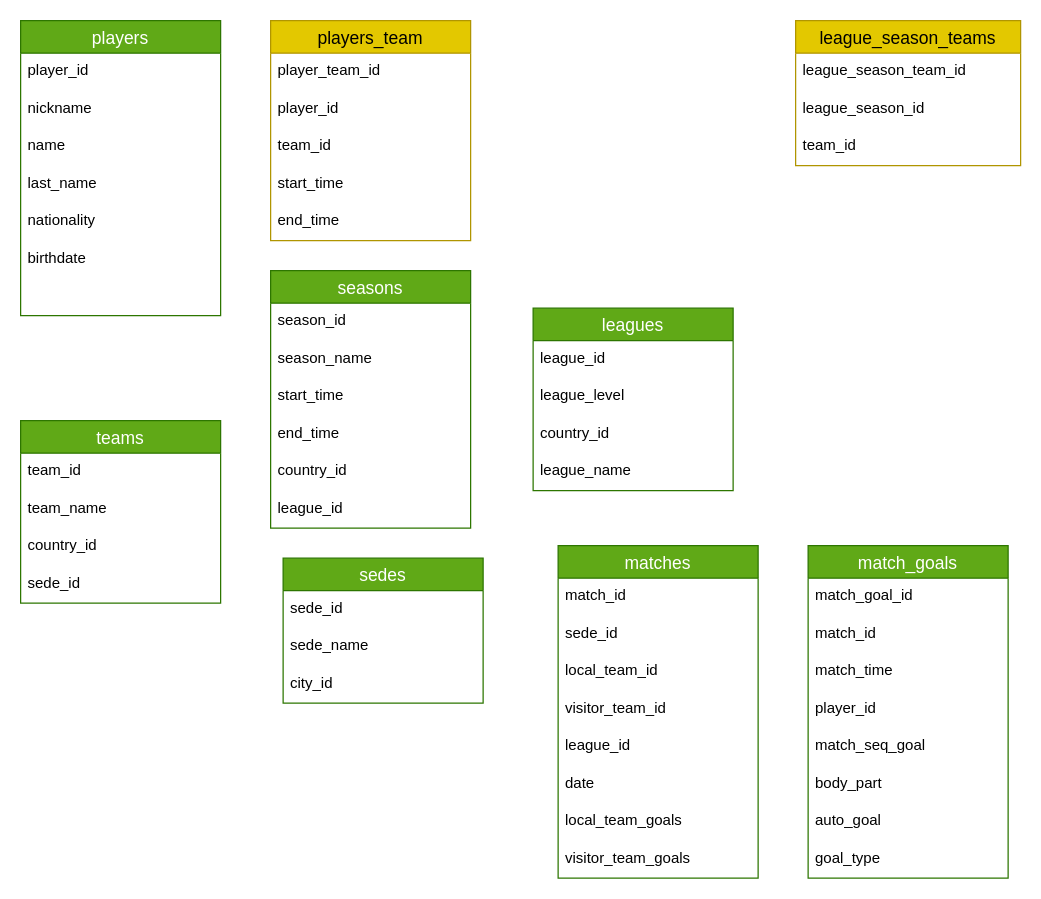
This is page "conceptual" (1 of 3) of soccer_model.drawio from r3card0/soccer.stats, a draw.io file, before an edit. Source tidied: cells renumbered, new cells numbered last; positions are measured from the earlier drawing's top-left corner, leaving out a move shared by most shapes. Both pictures are drawn from the tidied source at 125%, with x=0, y=0 at pixel (20, 20).
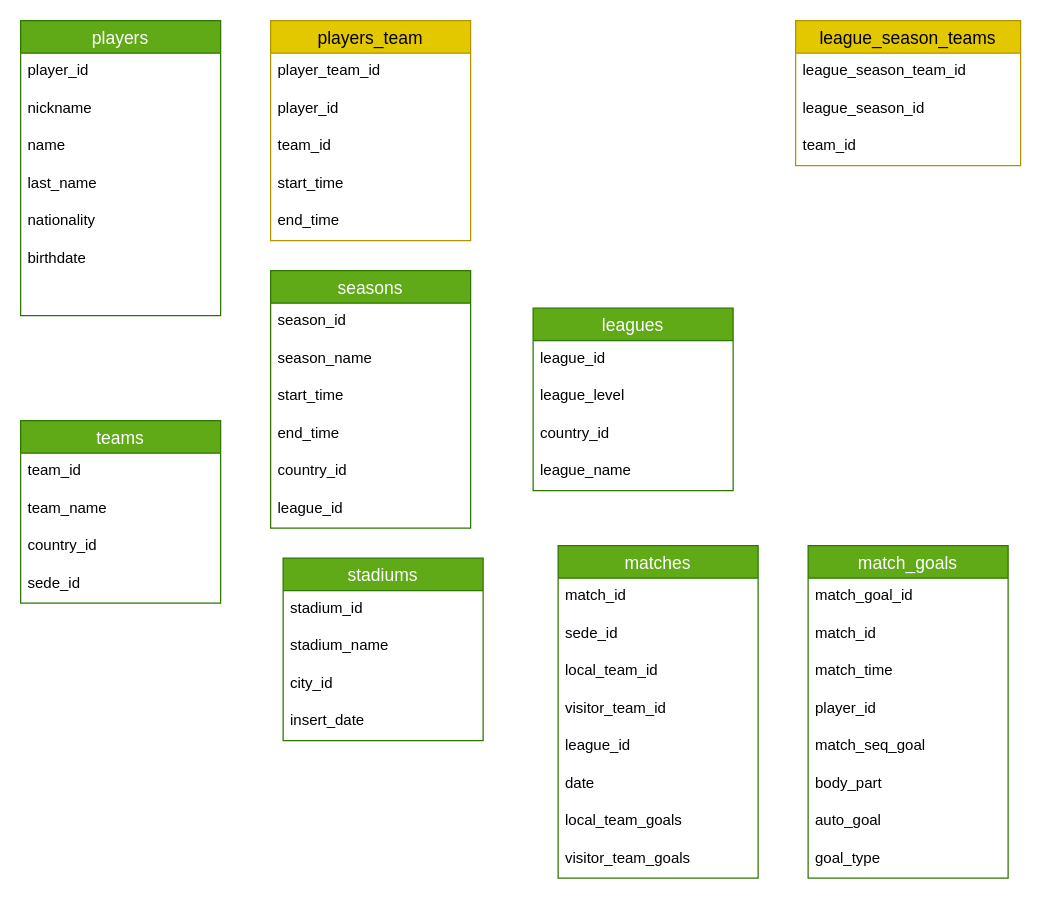
Above is the later version.

Commit message:
added stadiums and teams stadium_id

Diff of the diagram source:
```diff
@@
-    <mxCell id="33" value="sedes" style="swimlane;fontStyle=0;horizontal=1;startSize=26;align=center;fontSize=14;fillColor=#60a917;fontColor=#ffffff;strokeColor=#2D7600;" parent="1" vertex="1">
-      <mxGeometry x="210" y="430" width="160" height="116" as="geometry" />
+    <mxCell id="33" value="stadiums" style="swimlane;fontStyle=0;horizontal=1;startSize=26;align=center;fontSize=14;fillColor=#60a917;fontColor=#ffffff;strokeColor=#2D7600;" parent="1" vertex="1">
+      <mxGeometry x="210" y="430" width="160" height="146" as="geometry" />
     </mxCell>
-    <mxCell id="34" value="sede_id" style="text;strokeColor=none;fillColor=none;spacingLeft=4;spacingRight=4;overflow=hidden;fontSize=12;" parent="33" vertex="1">
+    <mxCell id="34" value="stadium_id" style="text;strokeColor=none;fillColor=none;spacingLeft=4;spacingRight=4;overflow=hidden;fontSize=12;" parent="33" vertex="1">
       <mxGeometry y="26" width="160" height="30" as="geometry" />
     </mxCell>
-    <mxCell id="35" value="sede_name" style="text;strokeColor=none;fillColor=none;spacingLeft=4;spacingRight=4;overflow=hidden;fontSize=12;" parent="33" vertex="1">
+    <mxCell id="35" value="stadium_name" style="text;strokeColor=none;fillColor=none;spacingLeft=4;spacingRight=4;overflow=hidden;fontSize=12;" parent="33" vertex="1">
       <mxGeometry y="56" width="160" height="30" as="geometry" />
     </mxCell>
@@
+    <mxCell id="59" value="insert_date" style="text;strokeColor=none;fillColor=none;spacingLeft=4;spacingRight=4;overflow=hidden;fontSize=12;" parent="33" vertex="1">
+      <mxGeometry y="116" width="160" height="30" as="geometry" />
+    </mxCell>
```
